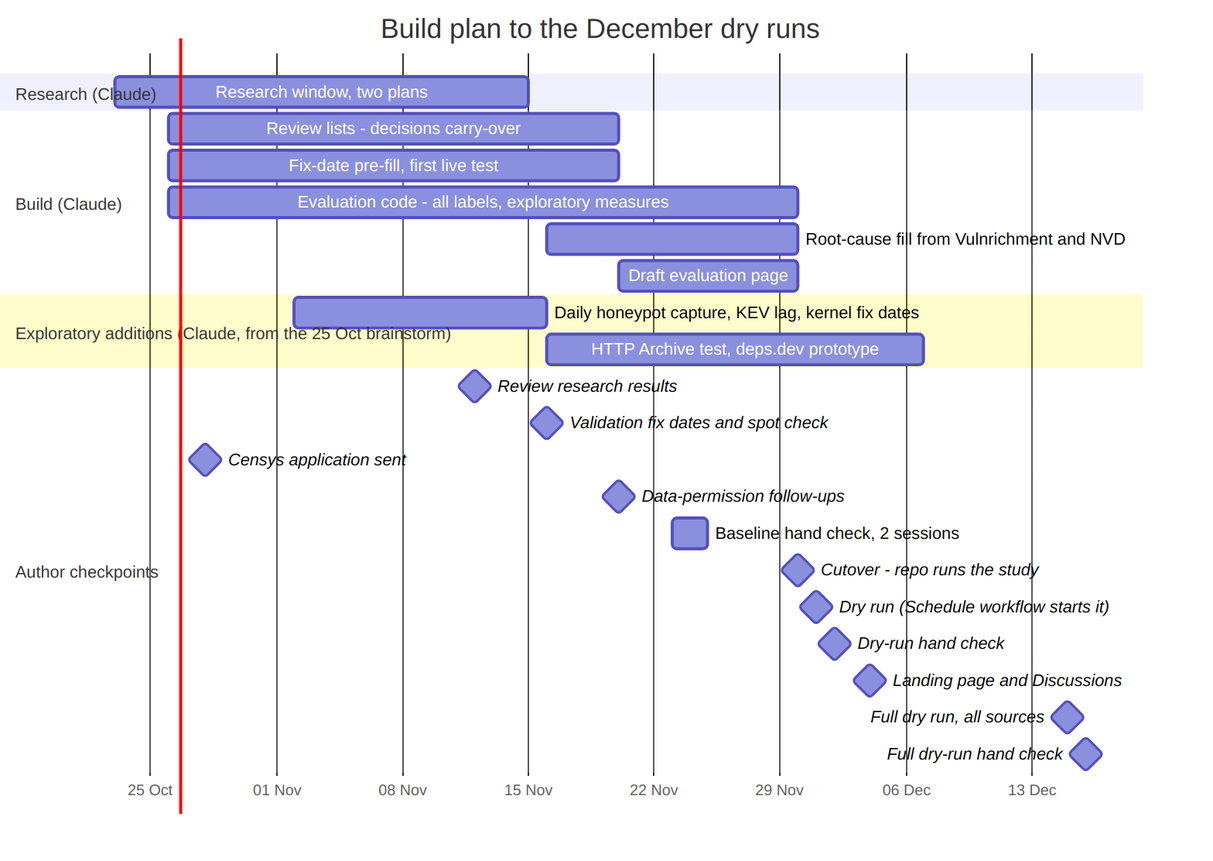
pagagne/internet-security-snapshot keeps this Mermaid diagram as docs/diagrams/build_plan.png. Above is the earlier version. Its source is kept beside it as docs/diagrams/build_plan.mmd.
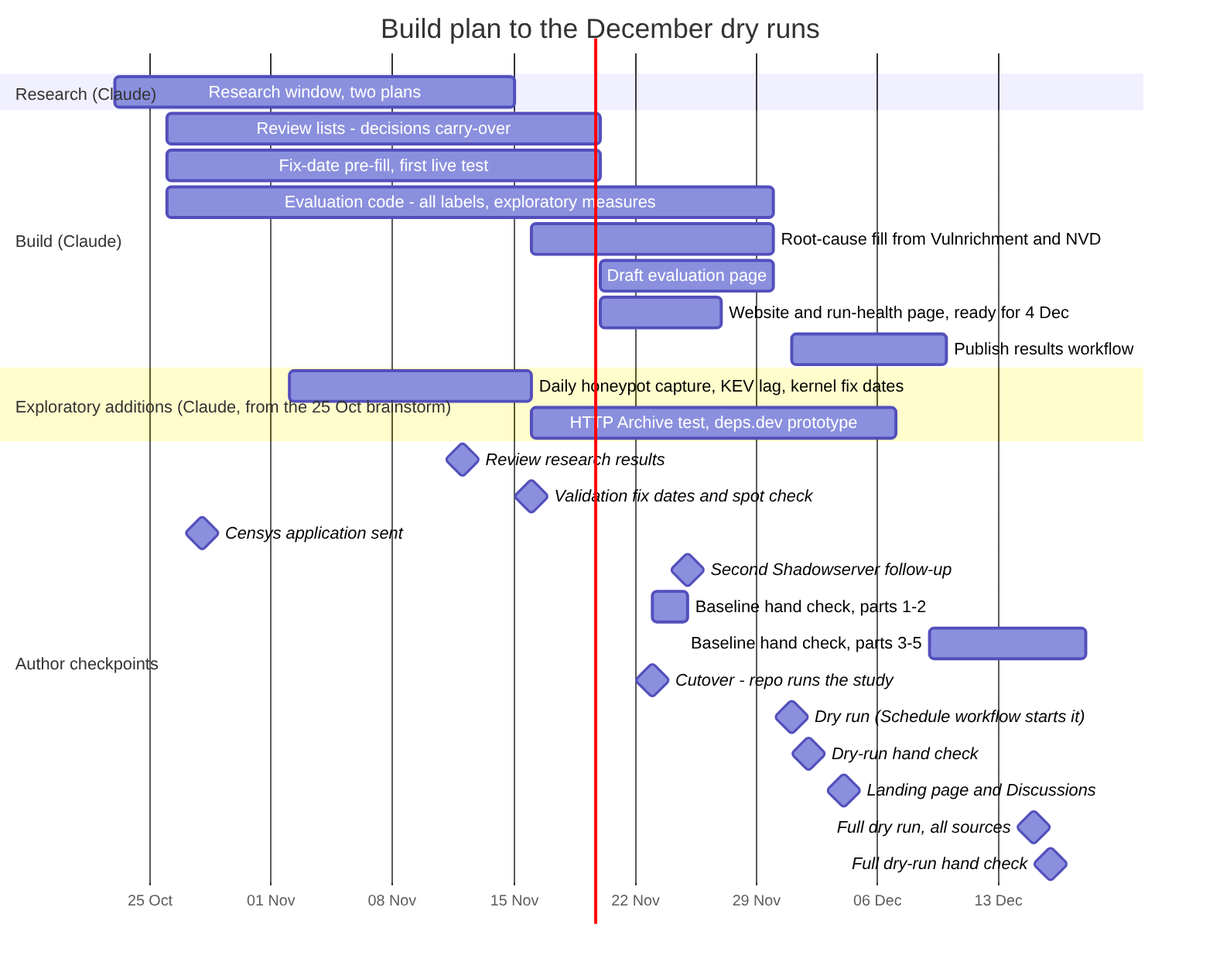
The same diagram one commit later.

Commit message:
Diagrams brought up to date: architecture (APNIC, GreyNoise, row-count hold, report pages, website), workflows, indicator sources, build plan; data-flow text; all re-stamped

What changed in the source:
```diff
@@ -11,6 +11,8 @@
     Evaluation code - all labels, exploratory measures :2026-10-26, 2026-11-30
     Root-cause fill from Vulnrichment and NVD :2026-11-16, 2026-11-30
     Draft evaluation page               :2026-11-20, 2026-11-30
+    Website and run-health page, ready for 4 Dec :2026-11-20, 2026-11-27
+    Publish results workflow            :2026-12-01, 2026-12-10
   section Exploratory additions (Claude, from the 25 Oct brainstorm)
     Daily honeypot capture, KEV lag, kernel fix dates :2026-11-02, 2026-11-16
     HTTP Archive test, deps.dev prototype :2026-11-16, 2026-12-07
@@ -18,8 +20,9 @@
     Review research results             :milestone, 2026-11-12, 0d
     Validation fix dates and spot check :milestone, 2026-11-16, 0d
     Censys application sent             :milestone, 2026-10-28, 0d
-    Data-permission follow-ups          :milestone, 2026-11-20, 0d
-    Baseline hand check, 2 sessions     :2026-11-23, 2d
+    Second Shadowserver follow-up       :milestone, 2026-11-25, 0d
+    Baseline hand check, parts 1-2      :2026-11-23, 2d
+    Baseline hand check, parts 3-5      :2026-12-09, 2026-12-18
     Cutover - repo runs the study       :milestone, 2026-11-23, 0d
     Dry run (Schedule workflow starts it) :milestone, 2026-12-01, 0d
     Dry-run hand check                  :milestone, 2026-12-02, 0d
```
